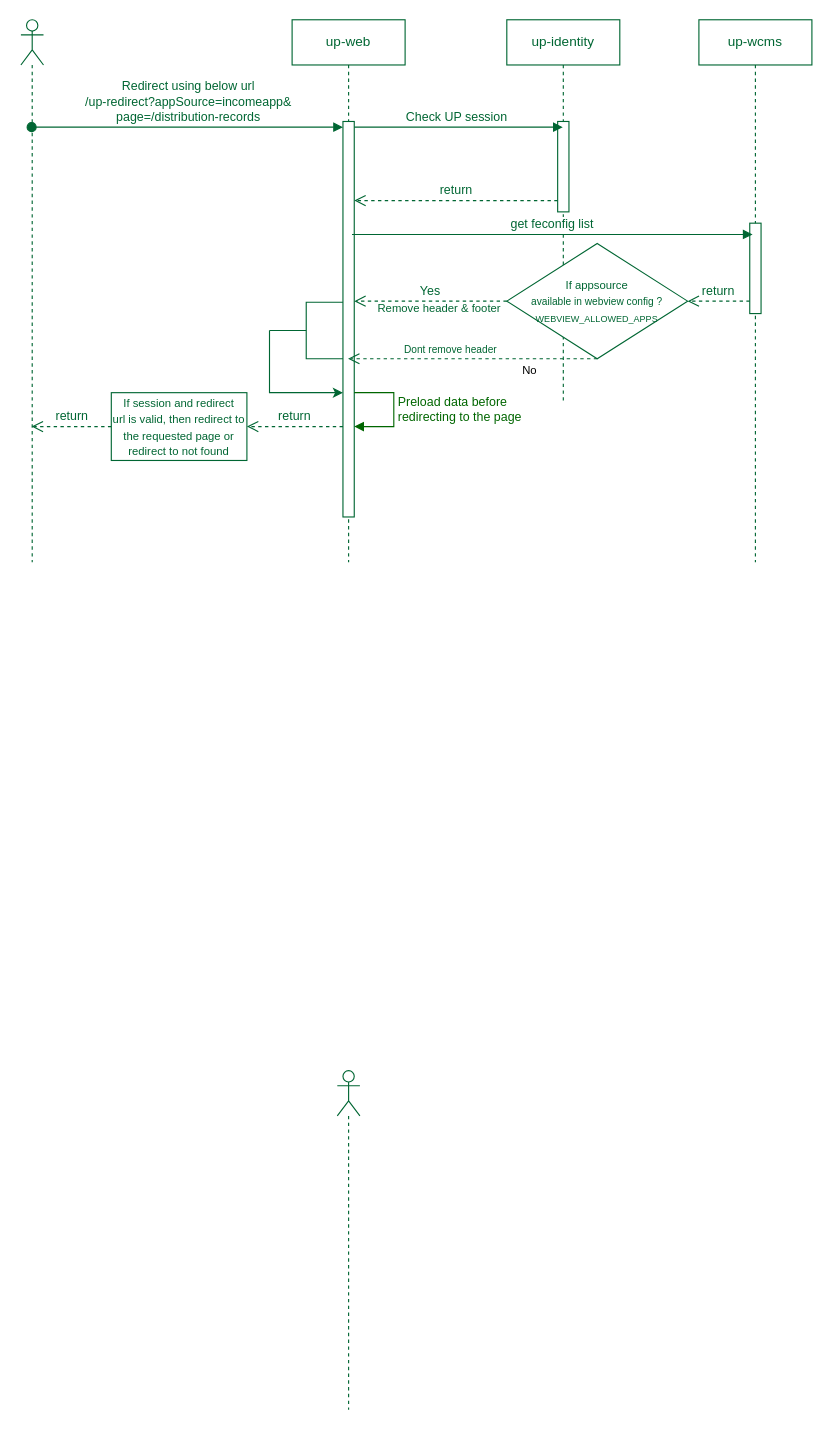
Earlier version of the draw.io diagram Webview integration.drawio (ajeeshraj56/drawio). Source tidied: cells renumbered, new cells numbered last; positions are measured from the earlier drawing's top-left corner, leaving out a move shared by most shapes. Both pictures are drawn from the tidied source at 113%, with x=0, y=0 at pixel (20, 19).
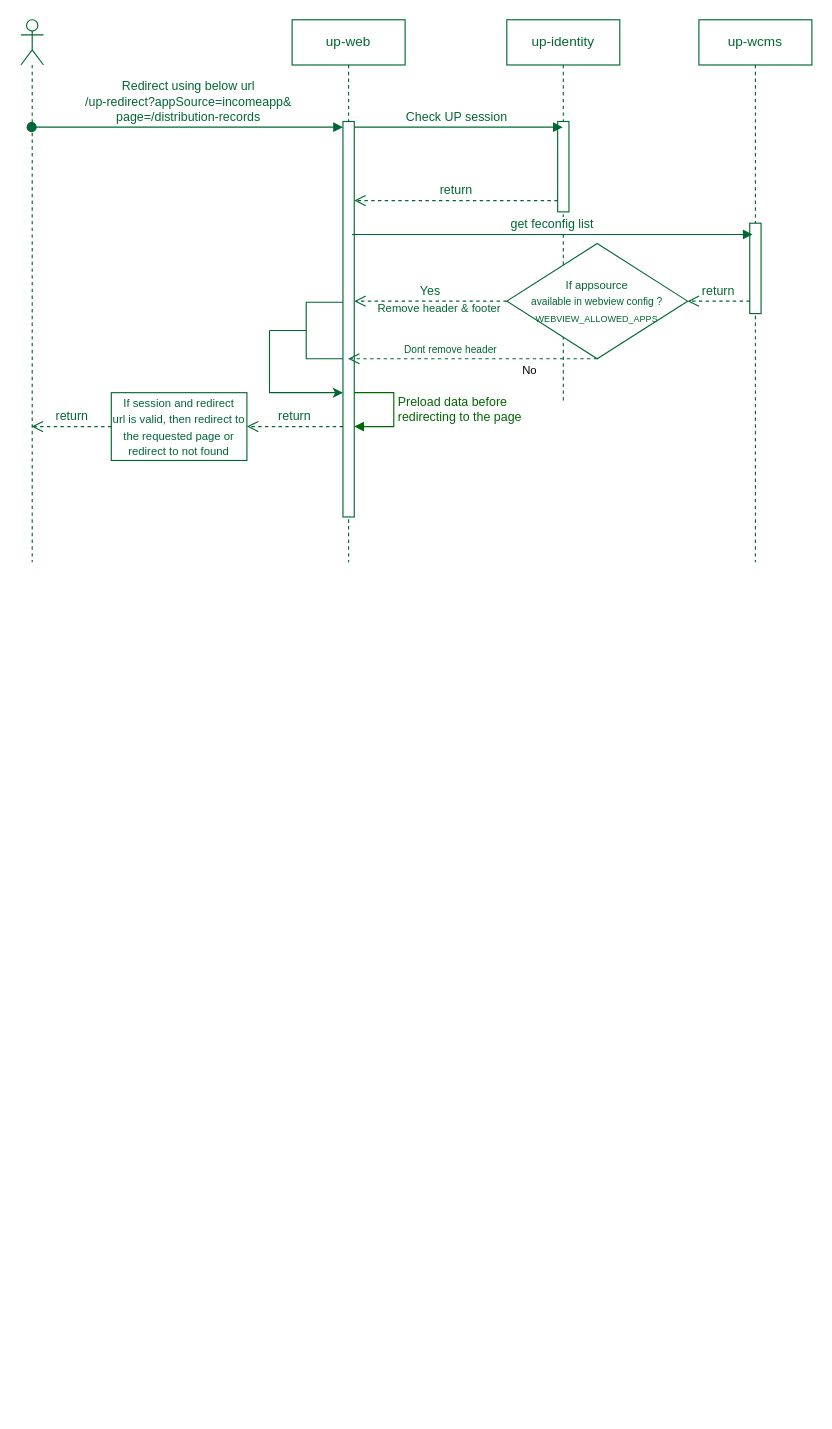
Above is the later version.

What changed in the source:
```diff
@@
-    <mxCell id="2" style="shape=umlLifeline;perimeter=lifelinePerimeter;whiteSpace=wrap;html=1;newEdgeStyle={&quot;curved&quot;:0,&quot;rounded&quot;:0};participant=umlActor;strokeColor=#006633;fontColor=#006633;" parent="1" vertex="1">
-      <mxGeometry x="280" y="930" width="20" height="300" as="geometry" />
-    </mxCell>
```
